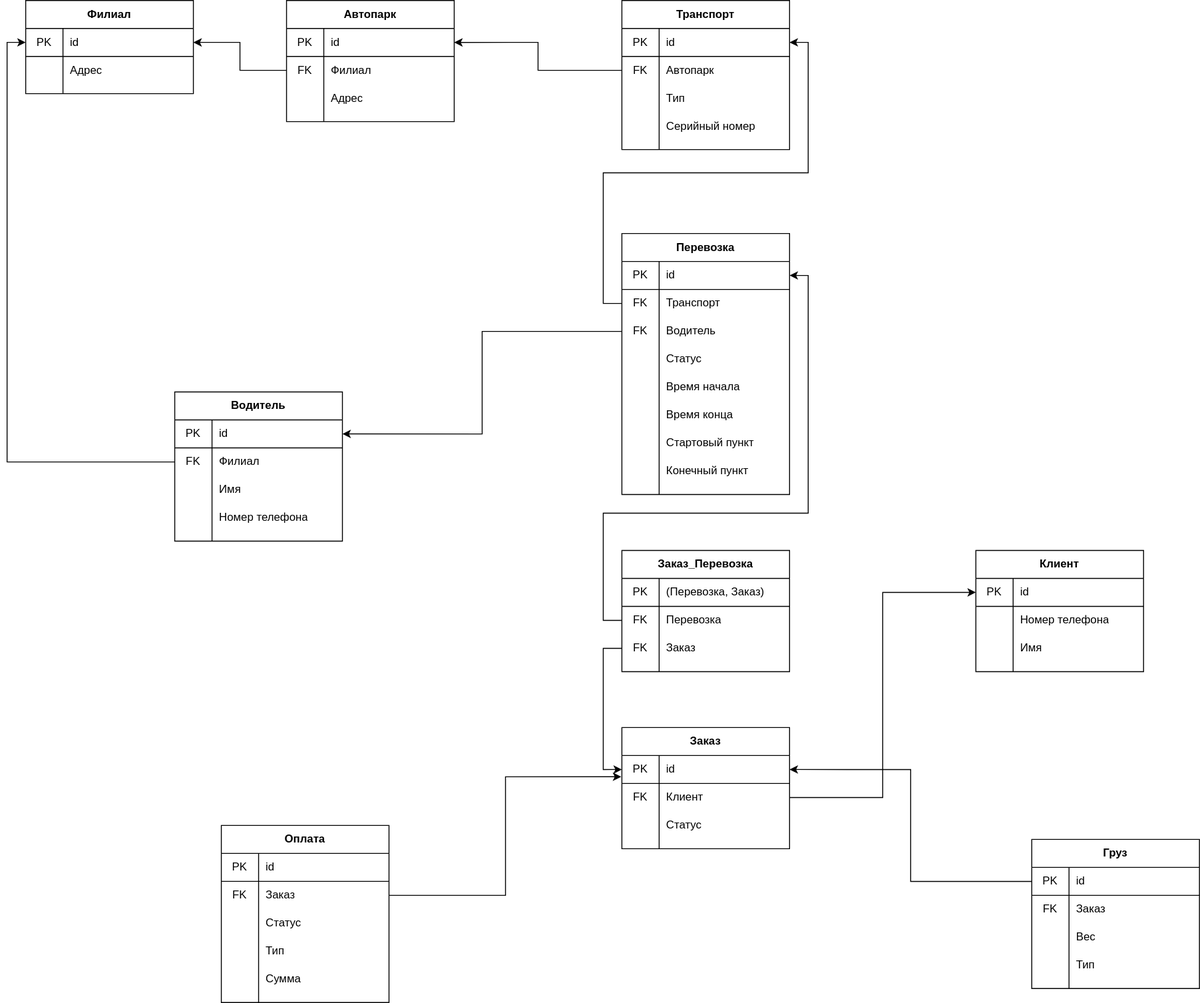
Earlier version of the draw.io export TR.svg (yudinvictor/DBMS). Source tidied: cells renumbered, new cells last; positions are measured from the earlier drawing's top-left corner, leaving out a move shared by most shapes.
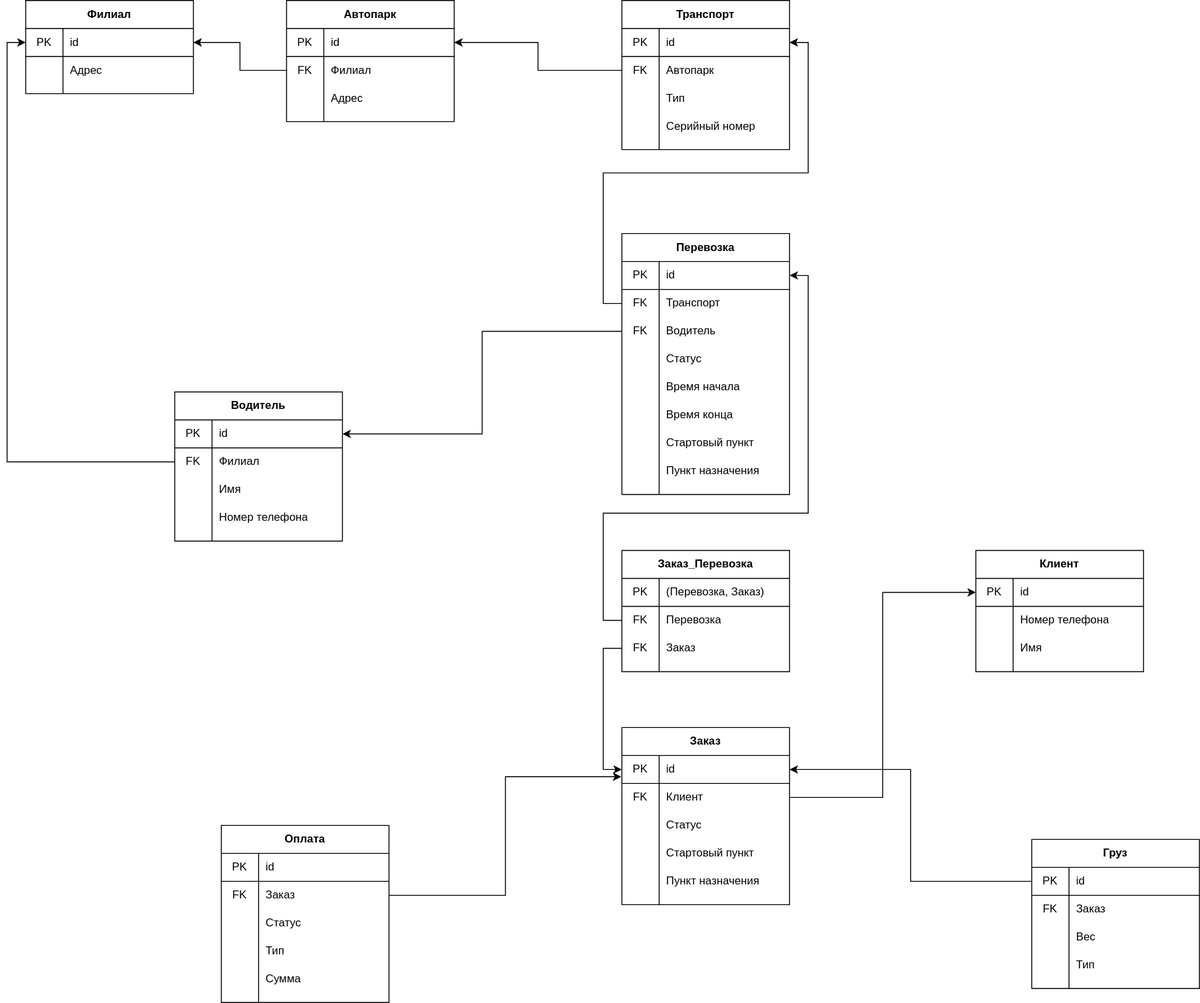
After the change.

The edit, as a diff of the source:
```diff
@@ -36,7 +36,7 @@
       <mxGeometry x="40" width="140" height="30" as="geometry" />
     </mxCell>
     <mxCell id="13" value="Заказ" style="shape=table;html=1;whiteSpace=wrap;startSize=30;rowLines=0;fontStyle=1;align=center;" parent="1" vertex="1">
-      <mxGeometry x="640" y="780" width="180" height="130" as="geometry" />
+      <mxGeometry x="640" y="780" width="180" height="190" as="geometry" />
     </mxCell>
     <mxCell id="14" style="shape=partialRectangle;html=1;whiteSpace=wrap;fillColor=none;top=0;left=0;bottom=1;right=0;points=[[0,0.5],[1,0.5]];portConstraint=eastwest;" parent="13" vertex="1">
       <mxGeometry y="30" width="180" height="30" as="geometry" />
@@ -56,13 +56,31 @@
     <mxCell id="19" value="Клиент" style="shape=partialRectangle;html=1;whiteSpace=wrap;fillColor=none;top=0;left=0;bottom=0;right=0;align=left;spacingLeft=6;overflow=hidden;" parent="17" vertex="1">
       <mxGeometry x="40" width="140" height="30" as="geometry" />
     </mxCell>
+    <mxCell id="140" style="shape=partialRectangle;html=1;whiteSpace=wrap;fillColor=none;top=0;left=0;bottom=0;right=0;" parent="13" vertex="1">
+      <mxGeometry y="90" width="180" height="30" as="geometry" />
+    </mxCell>
+    <mxCell id="141" style="shape=partialRectangle;html=1;whiteSpace=wrap;fillColor=none;top=0;left=0;bottom=0;right=0;overflow=hidden;" parent="140" vertex="1">
+      <mxGeometry width="40" height="30" as="geometry" />
+    </mxCell>
+    <mxCell id="142" value="Статус" style="shape=partialRectangle;html=1;whiteSpace=wrap;fillColor=none;top=0;left=0;bottom=0;right=0;align=left;spacingLeft=6;overflow=hidden;" parent="140" vertex="1">
+      <mxGeometry x="40" width="140" height="30" as="geometry" />
+    </mxCell>
+    <mxCell id="143" style="shape=partialRectangle;html=1;whiteSpace=wrap;fillColor=none;top=0;left=0;bottom=0;right=0;" parent="13" vertex="1">
+      <mxGeometry y="120" width="180" height="30" as="geometry" />
+    </mxCell>
+    <mxCell id="144" style="shape=partialRectangle;html=1;whiteSpace=wrap;fillColor=none;top=0;left=0;bottom=0;right=0;overflow=hidden;" parent="143" vertex="1">
+      <mxGeometry width="40" height="30" as="geometry" />
+    </mxCell>
+    <mxCell id="145" value="Стартовый пункт" style="shape=partialRectangle;html=1;whiteSpace=wrap;fillColor=none;top=0;left=0;bottom=0;right=0;align=left;spacingLeft=6;overflow=hidden;" parent="143" vertex="1">
+      <mxGeometry x="40" width="140" height="30" as="geometry" />
+    </mxCell>
     <mxCell id="20" style="shape=partialRectangle;html=1;whiteSpace=wrap;fillColor=none;top=0;left=0;bottom=0;right=0;" parent="13" vertex="1">
-      <mxGeometry y="90" width="180" height="30" as="geometry" />
+      <mxGeometry y="150" width="180" height="30" as="geometry" />
     </mxCell>
     <mxCell id="21" style="shape=partialRectangle;html=1;whiteSpace=wrap;fillColor=none;top=0;left=0;bottom=0;right=0;overflow=hidden;" parent="20" vertex="1">
       <mxGeometry width="40" height="30" as="geometry" />
     </mxCell>
-    <mxCell id="22" value="Статус" style="shape=partialRectangle;html=1;whiteSpace=wrap;fillColor=none;top=0;left=0;bottom=0;right=0;align=left;spacingLeft=6;overflow=hidden;" parent="20" vertex="1">
+    <mxCell id="22" value="Пункт назначения" style="shape=partialRectangle;html=1;whiteSpace=wrap;fillColor=none;top=0;left=0;bottom=0;right=0;align=left;spacingLeft=6;overflow=hidden;" parent="20" vertex="1">
       <mxGeometry x="40" width="140" height="30" as="geometry" />
     </mxCell>
     <mxCell id="23" value="Оплата" style="shape=table;html=1;whiteSpace=wrap;startSize=30;rowLines=0;fontStyle=1;align=center;" parent="1" vertex="1">
@@ -215,7 +233,7 @@
     <mxCell id="72" style="shape=partialRectangle;html=1;whiteSpace=wrap;fillColor=none;top=0;left=0;bottom=0;right=0;overflow=hidden;" parent="71" vertex="1">
       <mxGeometry width="40" height="30" as="geometry" />
     </mxCell>
-    <mxCell id="73" value="Конечный пункт" style="shape=partialRectangle;html=1;whiteSpace=wrap;fillColor=none;top=0;left=0;bottom=0;right=0;align=left;spacingLeft=6;overflow=hidden;" parent="71" vertex="1">
+    <mxCell id="73" value="Пункт назначения" style="shape=partialRectangle;html=1;whiteSpace=wrap;fillColor=none;top=0;left=0;bottom=0;right=0;align=left;spacingLeft=6;overflow=hidden;" parent="71" vertex="1">
       <mxGeometry x="40" width="140" height="30" as="geometry" />
     </mxCell>
     <mxCell id="74" value="Транспорт" style="shape=table;html=1;whiteSpace=wrap;startSize=30;rowLines=0;fontStyle=1;align=center;" parent="1" vertex="1">
```
